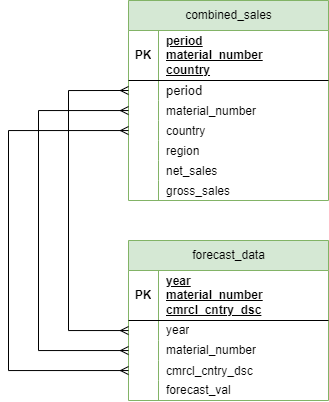
sofiashc/sales_forecast_analysis keeps this draw.io diagram as sales_forecast.drawio.png. Above is the earlier version. Source tidied: cells renumbered, new cells last; positions are measured from the earlier drawing's top-left corner, leaving out a move shared by most shapes.
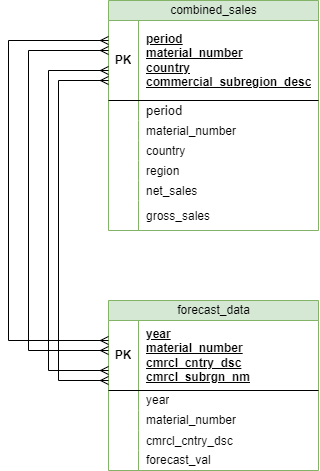
Above is the later version.

Commit message:
Added sales forecast and analysis files, updated diagram

Change to the diagram source:
```diff
@@ -2,143 +2,161 @@
   <root>
     <mxCell id="0" />
     <mxCell id="1" parent="0" />
-    <mxCell id="2" value="&lt;span style=&quot;font-weight: 400; text-wrap: wrap;&quot;&gt;forecast_data&lt;/span&gt;" style="shape=table;startSize=30;rowLines=0;fontStyle=1;align=center;html=1;fillColor=#d5e8d4;strokeColor=#82b366;" parent="1" vertex="1">
-      <mxGeometry x="120" y="240" width="200" height="160" as="geometry" />
+    <mxCell id="2" value="&lt;span style=&quot;font-weight: 400; text-wrap: wrap;&quot;&gt;forecast_data&lt;/span&gt;" style="shape=table;startSize=20;rowLines=0;fontStyle=1;align=center;html=1;fillColor=#d5e8d4;strokeColor=#82b366;" parent="1" vertex="1">
+      <mxGeometry x="120" y="290" width="210" height="170" as="geometry" />
     </mxCell>
     <mxCell id="3" style="shape=tableRow;horizontal=0;startSize=0;swimlaneHead=0;swimlaneBody=0;fillColor=none;top=0;left=0;right=0;bottom=1;" parent="2" vertex="1">
-      <mxGeometry y="30" width="200" height="50" as="geometry" />
+      <mxGeometry y="20" width="210" height="70" as="geometry" />
     </mxCell>
     <mxCell id="4" value="PK" style="shape=partialRectangle;fillColor=none;top=0;left=0;bottom=0;right=0;fontStyle=1;overflow=hidden;whiteSpace=wrap;html=1;" parent="3" vertex="1">
-      <mxGeometry width="30" height="50" as="geometry" />
+      <mxGeometry width="30" height="70" as="geometry" />
     </mxCell>
-    <mxCell id="5" value="year&lt;div&gt;material_number&lt;br&gt;&lt;/div&gt;&lt;div&gt;cmrcl_cntry_dsc&lt;/div&gt;" style="shape=partialRectangle;fillColor=none;top=0;left=0;bottom=0;right=0;align=left;spacingLeft=6;fontStyle=5;overflow=hidden;whiteSpace=wrap;html=1;" parent="3" vertex="1">
-      <mxGeometry x="30" width="170" height="50" as="geometry" />
+    <mxCell id="5" value="year&lt;div&gt;material_number&lt;br&gt;&lt;/div&gt;&lt;div&gt;cmrcl_cntry_dsc&lt;/div&gt;&lt;div&gt;cmrcl_subrgn_nm&lt;br&gt;&lt;/div&gt;" style="shape=partialRectangle;fillColor=none;top=0;left=0;bottom=0;right=0;align=left;spacingLeft=6;fontStyle=5;overflow=hidden;whiteSpace=wrap;html=1;" parent="3" vertex="1">
+      <mxGeometry x="30" width="180" height="70" as="geometry" />
     </mxCell>
     <mxCell id="6" style="shape=tableRow;horizontal=0;startSize=0;swimlaneHead=0;swimlaneBody=0;fillColor=none;points=[[0,0.5],[1,0.5]];portConstraint=eastwest;top=0;left=0;right=0;bottom=0;" parent="2" vertex="1">
-      <mxGeometry y="80" width="200" height="20" as="geometry" />
+      <mxGeometry y="90" width="210" height="20" as="geometry" />
     </mxCell>
     <mxCell id="7" style="shape=partialRectangle;fillColor=none;top=0;left=0;bottom=0;right=0;overflow=hidden;whiteSpace=wrap;html=1;" parent="6" vertex="1">
       <mxGeometry width="30" height="20" as="geometry" />
     </mxCell>
     <mxCell id="8" value="year" style="shape=partialRectangle;fillColor=none;top=0;left=0;bottom=0;right=0;align=left;spacingLeft=6;overflow=hidden;whiteSpace=wrap;html=1;" parent="6" vertex="1">
-      <mxGeometry x="30" width="170" height="20" as="geometry" />
+      <mxGeometry x="30" width="180" height="20" as="geometry" />
     </mxCell>
     <mxCell id="9" style="shape=tableRow;horizontal=0;startSize=0;swimlaneHead=0;swimlaneBody=0;fillColor=none;points=[[0,0.5],[1,0.5]];portConstraint=eastwest;top=0;left=0;right=0;bottom=0;" parent="2" vertex="1">
-      <mxGeometry y="100" width="200" height="20" as="geometry" />
+      <mxGeometry y="110" width="210" height="20" as="geometry" />
     </mxCell>
     <mxCell id="10" style="shape=partialRectangle;fillColor=none;top=0;left=0;bottom=0;right=0;overflow=hidden;whiteSpace=wrap;html=1;" parent="9" vertex="1">
       <mxGeometry width="30" height="20" as="geometry" />
     </mxCell>
     <mxCell id="11" value="material_number" style="shape=partialRectangle;fillColor=none;top=0;left=0;bottom=0;right=0;align=left;spacingLeft=6;overflow=hidden;whiteSpace=wrap;html=1;" parent="9" vertex="1">
-      <mxGeometry x="30" width="170" height="20" as="geometry" />
+      <mxGeometry x="30" width="180" height="20" as="geometry" />
     </mxCell>
     <mxCell id="12" style="shape=tableRow;horizontal=0;startSize=0;swimlaneHead=0;swimlaneBody=0;fillColor=none;points=[[0,0.5],[1,0.5]];portConstraint=eastwest;top=0;left=0;right=0;bottom=0;" parent="2" vertex="1">
-      <mxGeometry y="120" width="200" height="20" as="geometry" />
+      <mxGeometry y="130" width="210" height="20" as="geometry" />
     </mxCell>
     <mxCell id="13" style="shape=partialRectangle;fillColor=none;top=0;left=0;bottom=0;right=0;overflow=hidden;" parent="12" vertex="1">
       <mxGeometry width="30" height="20" as="geometry" />
     </mxCell>
     <mxCell id="14" value="cmrcl_cntry_dsc" style="shape=partialRectangle;fillColor=none;top=0;left=0;bottom=0;right=0;align=left;spacingLeft=6;overflow=hidden;" parent="12" vertex="1">
-      <mxGeometry x="30" width="170" height="20" as="geometry" />
+      <mxGeometry x="30" width="180" height="20" as="geometry" />
     </mxCell>
     <mxCell id="15" style="shape=tableRow;horizontal=0;startSize=0;swimlaneHead=0;swimlaneBody=0;fillColor=none;top=0;left=0;right=0;bottom=0;" parent="2" vertex="1">
-      <mxGeometry y="140" width="200" height="20" as="geometry" />
+      <mxGeometry y="150" width="210" height="20" as="geometry" />
     </mxCell>
     <mxCell id="16" style="shape=partialRectangle;fillColor=none;top=0;left=0;bottom=0;right=0;overflow=hidden;whiteSpace=wrap;html=1;" parent="15" vertex="1">
       <mxGeometry width="30" height="20" as="geometry" />
     </mxCell>
     <mxCell id="17" value="forecast_val" style="shape=partialRectangle;fillColor=none;top=0;left=0;bottom=0;right=0;align=left;spacingLeft=6;overflow=hidden;whiteSpace=wrap;html=1;" parent="15" vertex="1">
-      <mxGeometry x="30" width="170" height="20" as="geometry" />
+      <mxGeometry x="30" width="180" height="20" as="geometry" />
     </mxCell>
-    <mxCell id="18" value="&lt;span style=&quot;font-weight: 400; text-wrap: wrap;&quot;&gt;combined_sales&lt;/span&gt;" style="shape=table;startSize=30;rowLines=0;fontStyle=1;align=center;html=1;fillColor=#d5e8d4;strokeColor=#82b366;" parent="1" vertex="1">
-      <mxGeometry x="120" width="200" height="200" as="geometry" />
+    <mxCell id="18" value="&lt;span style=&quot;font-weight: 400; text-wrap: wrap;&quot;&gt;combined_sales&lt;/span&gt;" style="shape=table;startSize=20;rowLines=0;fontStyle=1;align=center;html=1;fillColor=#d5e8d4;strokeColor=#82b366;" parent="1" vertex="1">
+      <mxGeometry x="120" y="-10" width="210" height="230" as="geometry" />
     </mxCell>
     <mxCell id="19" style="shape=tableRow;horizontal=0;startSize=0;swimlaneHead=0;swimlaneBody=0;fillColor=none;top=0;left=0;right=0;bottom=1;" parent="18" vertex="1">
-      <mxGeometry y="30" width="200" height="50" as="geometry" />
+      <mxGeometry y="20" width="210" height="80" as="geometry" />
     </mxCell>
     <mxCell id="20" value="PK" style="shape=partialRectangle;fillColor=none;top=0;left=0;bottom=0;right=0;fontStyle=1;overflow=hidden;whiteSpace=wrap;html=1;" parent="19" vertex="1">
-      <mxGeometry width="30" height="50" as="geometry" />
+      <mxGeometry width="30" height="80" as="geometry" />
     </mxCell>
-    <mxCell id="21" value="period&lt;div&gt;material_number&lt;br&gt;&lt;/div&gt;&lt;div&gt;country&lt;br&gt;&lt;/div&gt;" style="shape=partialRectangle;fillColor=none;top=0;left=0;bottom=0;right=0;align=left;spacingLeft=6;fontStyle=5;overflow=hidden;whiteSpace=wrap;html=1;" parent="19" vertex="1">
-      <mxGeometry x="30" width="170" height="50" as="geometry" />
+    <mxCell id="21" value="period&lt;div&gt;material_number&lt;br&gt;&lt;/div&gt;&lt;div&gt;country&lt;br&gt;&lt;/div&gt;&lt;div&gt;commercial_subregion_desc&lt;br&gt;&lt;/div&gt;" style="shape=partialRectangle;fillColor=none;top=0;left=0;bottom=0;right=0;align=left;spacingLeft=6;fontStyle=5;overflow=hidden;whiteSpace=wrap;html=1;" parent="19" vertex="1">
+      <mxGeometry x="30" width="180" height="80" as="geometry" />
     </mxCell>
     <mxCell id="22" style="shape=tableRow;horizontal=0;startSize=0;swimlaneHead=0;swimlaneBody=0;fillColor=none;points=[[0,0.5],[1,0.5]];portConstraint=eastwest;top=0;left=0;right=0;bottom=0;" parent="18" vertex="1">
-      <mxGeometry y="80" width="200" height="20" as="geometry" />
+      <mxGeometry y="100" width="210" height="20" as="geometry" />
     </mxCell>
     <mxCell id="23" style="shape=partialRectangle;fillColor=none;top=0;left=0;bottom=0;right=0;overflow=hidden;whiteSpace=wrap;html=1;" parent="22" vertex="1">
       <mxGeometry width="30" height="20" as="geometry" />
     </mxCell>
     <mxCell id="24" value="&lt;font style=&quot;font-size: 13px;&quot;&gt;period&lt;/font&gt;" style="shape=partialRectangle;fillColor=none;top=0;left=0;bottom=0;right=0;align=left;spacingLeft=6;overflow=hidden;whiteSpace=wrap;html=1;" parent="22" vertex="1">
-      <mxGeometry x="30" width="170" height="20" as="geometry" />
+      <mxGeometry x="30" width="180" height="20" as="geometry" />
     </mxCell>
     <mxCell id="25" style="shape=tableRow;horizontal=0;startSize=0;swimlaneHead=0;swimlaneBody=0;fillColor=none;points=[[0,0.5],[1,0.5]];portConstraint=eastwest;top=0;left=0;right=0;bottom=0;" parent="18" vertex="1">
-      <mxGeometry y="100" width="200" height="20" as="geometry" />
+      <mxGeometry y="120" width="210" height="20" as="geometry" />
     </mxCell>
     <mxCell id="26" style="shape=partialRectangle;fillColor=none;top=0;left=0;bottom=0;right=0;overflow=hidden;" parent="25" vertex="1">
       <mxGeometry width="30" height="20" as="geometry" />
     </mxCell>
     <mxCell id="27" value="material_number" style="shape=partialRectangle;fillColor=none;top=0;left=0;bottom=0;right=0;align=left;spacingLeft=6;overflow=hidden;" parent="25" vertex="1">
-      <mxGeometry x="30" width="170" height="20" as="geometry" />
+      <mxGeometry x="30" width="180" height="20" as="geometry" />
     </mxCell>
     <mxCell id="28" style="shape=tableRow;horizontal=0;startSize=0;swimlaneHead=0;swimlaneBody=0;fillColor=none;points=[[0,0.5],[1,0.5]];portConstraint=eastwest;top=0;left=0;right=0;bottom=0;" parent="18" vertex="1">
-      <mxGeometry y="120" width="200" height="20" as="geometry" />
+      <mxGeometry y="140" width="210" height="20" as="geometry" />
     </mxCell>
     <mxCell id="29" style="shape=partialRectangle;fillColor=none;top=0;left=0;bottom=0;right=0;overflow=hidden;" parent="28" vertex="1">
       <mxGeometry width="30" height="20" as="geometry" />
     </mxCell>
     <mxCell id="30" value="country" style="shape=partialRectangle;fillColor=none;top=0;left=0;bottom=0;right=0;align=left;spacingLeft=6;overflow=hidden;" parent="28" vertex="1">
-      <mxGeometry x="30" width="170" height="20" as="geometry" />
+      <mxGeometry x="30" width="180" height="20" as="geometry" />
     </mxCell>
     <mxCell id="31" style="shape=tableRow;horizontal=0;startSize=0;swimlaneHead=0;swimlaneBody=0;fillColor=none;top=0;left=0;right=0;bottom=0;" parent="18" vertex="1">
-      <mxGeometry y="140" width="200" height="20" as="geometry" />
+      <mxGeometry y="160" width="210" height="20" as="geometry" />
     </mxCell>
     <mxCell id="32" style="shape=partialRectangle;fillColor=none;top=0;left=0;bottom=0;right=0;overflow=hidden;" parent="31" vertex="1">
       <mxGeometry width="30" height="20" as="geometry" />
     </mxCell>
     <mxCell id="33" value="region" style="shape=partialRectangle;fillColor=none;top=0;left=0;bottom=0;right=0;align=left;spacingLeft=6;overflow=hidden;" parent="31" vertex="1">
-      <mxGeometry x="30" width="170" height="20" as="geometry" />
+      <mxGeometry x="30" width="180" height="20" as="geometry" />
     </mxCell>
     <mxCell id="34" style="shape=tableRow;horizontal=0;startSize=0;swimlaneHead=0;swimlaneBody=0;fillColor=none;top=0;left=0;right=0;bottom=0;" parent="18" vertex="1">
-      <mxGeometry y="160" width="200" height="20" as="geometry" />
+      <mxGeometry y="180" width="210" height="20" as="geometry" />
     </mxCell>
     <mxCell id="35" style="shape=partialRectangle;fillColor=none;top=0;left=0;bottom=0;right=0;overflow=hidden;" parent="34" vertex="1">
       <mxGeometry width="30" height="20" as="geometry" />
     </mxCell>
     <mxCell id="36" value="net_sales" style="shape=partialRectangle;fillColor=none;top=0;left=0;bottom=0;right=0;align=left;spacingLeft=6;overflow=hidden;" parent="34" vertex="1">
-      <mxGeometry x="30" width="170" height="20" as="geometry" />
+      <mxGeometry x="30" width="180" height="20" as="geometry" />
     </mxCell>
     <mxCell id="37" style="shape=tableRow;horizontal=0;startSize=0;swimlaneHead=0;swimlaneBody=0;fillColor=none;top=0;left=0;right=0;bottom=0;" parent="18" vertex="1">
-      <mxGeometry y="180" width="200" height="20" as="geometry" />
+      <mxGeometry y="200" width="210" height="30" as="geometry" />
     </mxCell>
     <mxCell id="38" style="shape=partialRectangle;fillColor=none;top=0;left=0;bottom=0;right=0;overflow=hidden;" parent="37" vertex="1">
-      <mxGeometry width="30" height="20" as="geometry" />
+      <mxGeometry width="30" height="30" as="geometry" />
     </mxCell>
     <mxCell id="39" value="gross_sales" style="shape=partialRectangle;fillColor=none;top=0;left=0;bottom=0;right=0;align=left;spacingLeft=6;overflow=hidden;" parent="37" vertex="1">
-      <mxGeometry x="30" width="170" height="20" as="geometry" />
+      <mxGeometry x="30" width="180" height="30" as="geometry" />
     </mxCell>
-    <mxCell id="40" style="fontSize=12;html=1;endArrow=ERmany;startArrow=ERmany;rounded=0;edgeStyle=orthogonalEdgeStyle;" parent="1" edge="1" source="12" target="28">
-      <mxGeometry relative="1" as="geometry">
-        <Array as="points">
-          <mxPoint y="370" />
-          <mxPoint y="130" />
-        </Array>
-      </mxGeometry>
-    </mxCell>
-    <mxCell id="41" style="edgeStyle=orthogonalEdgeStyle;fontSize=12;html=1;endArrow=ERmany;startArrow=ERmany;rounded=0;entryX=0;entryY=0.5;entryDx=0;entryDy=0;" parent="1" edge="1" source="6" target="22">
+    <mxCell id="41" style="edgeStyle=orthogonalEdgeStyle;fontSize=12;html=1;endArrow=ERmany;startArrow=ERmany;rounded=0;" parent="1" edge="1">
       <mxGeometry relative="1" as="geometry">
+        <mxPoint x="120" y="330" as="sourcePoint" />
+        <mxPoint x="120" y="30" as="targetPoint" />
         <Array as="points">
-          <mxPoint x="60" y="330" />
-          <mxPoint x="60" y="90" />
+          <mxPoint x="20" y="330" />
+          <mxPoint x="20" y="30" />
         </Array>
       </mxGeometry>
     </mxCell>
-    <mxCell id="42" style="edgeStyle=orthogonalEdgeStyle;fontSize=12;html=1;endArrow=ERmany;startArrow=ERmany;rounded=0;" parent="1" edge="1" source="9" target="25">
+    <mxCell id="42" style="edgeStyle=orthogonalEdgeStyle;fontSize=12;html=1;endArrow=ERmany;startArrow=ERmany;rounded=0;" parent="1" edge="1">
       <mxGeometry relative="1" as="geometry">
+        <mxPoint x="120" y="340" as="sourcePoint" />
+        <mxPoint x="120" y="40" as="targetPoint" />
         <Array as="points">
-          <mxPoint x="30" y="350" />
-          <mxPoint x="30" y="110" />
+          <mxPoint x="120" y="340" />
+          <mxPoint x="40" y="340" />
+          <mxPoint x="40" y="40" />
         </Array>
       </mxGeometry>
     </mxCell>
+    <mxCell id="43" style="edgeStyle=orthogonalEdgeStyle;fontSize=12;html=1;endArrow=ERmany;startArrow=ERmany;rounded=0;" parent="1" edge="1">
+      <mxGeometry relative="1" as="geometry">
+        <mxPoint x="120" y="360" as="sourcePoint" />
+        <mxPoint x="120" y="60" as="targetPoint" />
+        <Array as="points">
+          <mxPoint x="60" y="360" />
+          <mxPoint x="60" y="60" />
+        </Array>
+      </mxGeometry>
+    </mxCell>
+    <mxCell id="44" style="edgeStyle=orthogonalEdgeStyle;fontSize=12;html=1;endArrow=ERmany;startArrow=ERmany;rounded=0;" parent="1" edge="1">
+      <mxGeometry relative="1" as="geometry">
+        <mxPoint x="120" y="370" as="sourcePoint" />
+        <mxPoint x="120" y="70" as="targetPoint" />
+        <Array as="points">
+          <mxPoint x="120" y="370" />
+          <mxPoint x="70" y="370" />
+          <mxPoint x="70" y="70" />
+        </Array>
+      </mxGeometry>
+    </mxCell>
   </root>
 </mxGraphModel>
```
